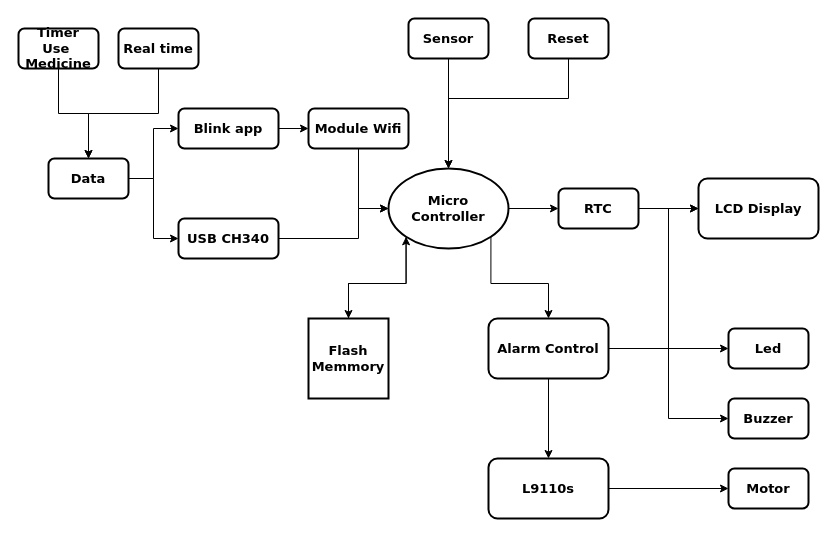
Above: HardWare_Diagram.drawio in ducphan2003/demo (draw.io), before the change. Source tidied: cells renumbered, new cells numbered last; positions are measured from the earlier drawing's top-left corner, leaving out a move shared by most shapes. Both pictures are drawn from the tidied source at 100%, with x=0, y=0 at pixel (18, 18).
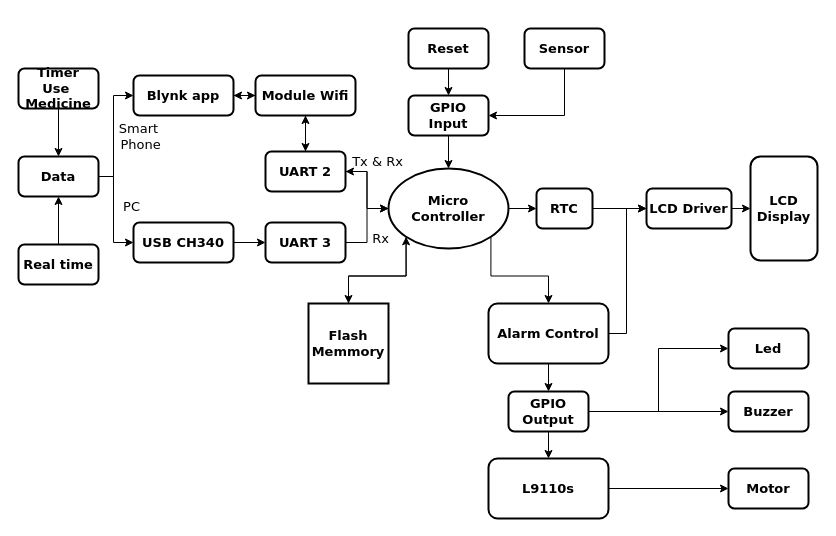
The same page after the edit.

The change refers to these unchanged cells:
```xml
<mxCell id="6" value="Micro&lt;br style=&quot;font-size: 13px;&quot;&gt;Controller" style="ellipse;whiteSpace=wrap;html=1;strokeWidth=2;fontFamily=Verdana;fontSize=13;fontStyle=1;" parent="1" vertex="1">
  <mxGeometry x="370" y="150" width="120" height="80" as="geometry" />
</mxCell>
<mxCell id="31" value="Led" style="rounded=1;whiteSpace=wrap;html=1;strokeWidth=2;fontFamily=Verdana;fontSize=13;fontStyle=1;" parent="1" vertex="1">
  <mxGeometry x="710" y="310" width="80" height="40" as="geometry" />
</mxCell>
<mxCell id="34" value="L9110s" style="rounded=1;whiteSpace=wrap;html=1;strokeWidth=2;fontFamily=Verdana;fontSize=13;fontStyle=1;" parent="1" vertex="1">
  <mxGeometry x="470" y="440" width="120" height="60" as="geometry" />
</mxCell>
```

Change to the diagram source:
```diff
@@
+    <mxCell id="39" style="edgeStyle=orthogonalEdgeStyle;rounded=0;jettySize=auto;html=1;exitX=0;exitY=0.5;exitDx=0;exitDy=0;fontFamily=Verdana;fontSize=13;" parent="1" edge="1" source="6" target="52">
+      <mxGeometry relative="1" as="geometry" />
+    </mxCell>
@@
     <mxCell id="8" value="Timer Use&amp;nbsp;&lt;br&gt;Medicine" style="rounded=1;whiteSpace=wrap;html=1;strokeWidth=2;fontFamily=Verdana;fontSize=13;fontStyle=1;" parent="1" vertex="1">
-      <mxGeometry y="10" width="80" height="40" as="geometry" />
+      <mxGeometry y="50" width="80" height="40" as="geometry" />
     </mxCell>
@@
-    <mxCell id="10" value="Blink app" style="rounded=1;whiteSpace=wrap;html=1;strokeWidth=2;fontFamily=Verdana;fontSize=13;fontStyle=1;" parent="1" vertex="1">
-      <mxGeometry x="160" y="90" width="100" height="40" as="geometry" />
+    <mxCell id="10" value="Blynk app" style="rounded=1;whiteSpace=wrap;html=1;strokeWidth=2;fontFamily=Verdana;fontSize=13;fontStyle=1;" parent="1" vertex="1">
+      <mxGeometry x="115" y="57" width="100" height="40" as="geometry" />
     </mxCell>
-    <mxCell id="11" style="edgeStyle=orthogonalEdgeStyle;rounded=0;jettySize=auto;html=1;exitX=0.5;exitY=1;exitDx=0;exitDy=0;entryX=0.5;entryY=0;entryDx=0;entryDy=0;fontFamily=Verdana;fontSize=13;" parent="1" edge="1" source="12" target="38">
+    <mxCell id="11" style="edgeStyle=orthogonalEdgeStyle;rounded=0;jettySize=auto;html=1;exitX=0.5;exitY=0;exitDx=0;exitDy=0;fontFamily=Verdana;fontSize=13;" parent="1" edge="1" source="12" target="38">
       <mxGeometry relative="1" as="geometry" />
     </mxCell>
     <mxCell id="12" value="Real time" style="rounded=1;whiteSpace=wrap;html=1;strokeWidth=2;fontFamily=Verdana;fontSize=13;fontStyle=1;" parent="1" vertex="1">
-      <mxGeometry x="100" y="10" width="80" height="40" as="geometry" />
+      <mxGeometry y="226" width="80" height="40" as="geometry" />
     </mxCell>
-    <mxCell id="13" style="edgeStyle=orthogonalEdgeStyle;rounded=0;jettySize=auto;html=1;exitX=1;exitY=0.5;exitDx=0;exitDy=0;fontFamily=Verdana;fontSize=13;" parent="1" edge="1" source="14" target="6">
-      <mxGeometry relative="1" as="geometry">
-        <Array as="points">
-          <mxPoint x="340" y="220" />
-          <mxPoint x="340" y="190" />
-        </Array>
-      </mxGeometry>
-    </mxCell>
+    <mxCell id="40" style="edgeStyle=orthogonalEdgeStyle;rounded=0;jettySize=auto;html=1;entryX=0;entryY=0.5;entryDx=0;entryDy=0;fontFamily=Verdana;fontSize=13;" parent="1" edge="1" source="14" target="54">
+      <mxGeometry relative="1" as="geometry" />
+    </mxCell>
     <mxCell id="14" value="USB CH340" style="rounded=1;whiteSpace=wrap;html=1;strokeWidth=2;fontFamily=Verdana;fontSize=13;fontStyle=1;" parent="1" vertex="1">
-      <mxGeometry x="160" y="200" width="100" height="40" as="geometry" />
+      <mxGeometry x="115" y="204" width="100" height="40" as="geometry" />
     </mxCell>
-    <mxCell id="15" style="edgeStyle=orthogonalEdgeStyle;rounded=0;jettySize=auto;html=1;exitX=0.5;exitY=1;exitDx=0;exitDy=0;entryX=0;entryY=0.5;entryDx=0;entryDy=0;fontFamily=Verdana;fontSize=13;" parent="1" edge="1" source="16" target="6">
-      <mxGeometry relative="1" as="geometry" />
-    </mxCell>
+    <mxCell id="41" style="edgeStyle=orthogonalEdgeStyle;rounded=0;jettySize=auto;html=1;exitX=0.5;exitY=1;exitDx=0;exitDy=0;entryX=0.5;entryY=0;entryDx=0;entryDy=0;fontFamily=Verdana;fontSize=13;" parent="1" edge="1" source="16" target="52">
+      <mxGeometry relative="1" as="geometry" />
+    </mxCell>
+    <mxCell id="42" style="edgeStyle=orthogonalEdgeStyle;rounded=0;jettySize=auto;html=1;exitX=0;exitY=0.5;exitDx=0;exitDy=0;entryX=1;entryY=0.5;entryDx=0;entryDy=0;fontFamily=Verdana;fontSize=13;" parent="1" edge="1" source="16" target="10">
+      <mxGeometry relative="1" as="geometry" />
+    </mxCell>
     <mxCell id="16" value="Module Wifi" style="rounded=1;whiteSpace=wrap;html=1;strokeWidth=2;fontFamily=Verdana;fontSize=13;fontStyle=1;" parent="1" vertex="1">
-      <mxGeometry x="290" y="90" width="100" height="40" as="geometry" />
+      <mxGeometry x="237" y="57" width="100" height="40" as="geometry" />
     </mxCell>
-    <mxCell id="17" style="edgeStyle=orthogonalEdgeStyle;rounded=0;jettySize=auto;html=1;exitX=0.5;exitY=1;exitDx=0;exitDy=0;entryX=0.5;entryY=0;entryDx=0;entryDy=0;fontFamily=Verdana;fontSize=13;" parent="1" edge="1" source="18" target="6">
-      <mxGeometry relative="1" as="geometry" />
-    </mxCell>
+    <mxCell id="43" style="edgeStyle=orthogonalEdgeStyle;rounded=0;jettySize=auto;html=1;exitX=0.5;exitY=1;exitDx=0;exitDy=0;entryX=0.5;entryY=0;entryDx=0;entryDy=0;fontFamily=Verdana;fontSize=13;" parent="1" edge="1" source="18" target="56">
+      <mxGeometry relative="1" as="geometry" />
+    </mxCell>
-    <mxCell id="18" value="Sensor" style="rounded=1;whiteSpace=wrap;html=1;strokeWidth=2;fontFamily=Verdana;fontSize=13;fontStyle=1;" parent="1" vertex="1">
-      <mxGeometry x="390" width="80" height="40" as="geometry" />
+    <mxCell id="18" value="Reset" style="rounded=1;whiteSpace=wrap;html=1;strokeWidth=2;fontFamily=Verdana;fontSize=13;fontStyle=1;" parent="1" vertex="1">
+      <mxGeometry x="390" y="10" width="80" height="40" as="geometry" />
     </mxCell>
-    <mxCell id="19" style="edgeStyle=orthogonalEdgeStyle;rounded=0;jettySize=auto;html=1;exitX=0.5;exitY=1;exitDx=0;exitDy=0;fontFamily=Verdana;fontSize=13;" parent="1" edge="1" source="20">
-      <mxGeometry relative="1" as="geometry">
-        <mxPoint x="430" y="150" as="targetPoint" />
-        <Array as="points">
-          <mxPoint x="550" y="80" />
-          <mxPoint x="430" y="80" />
-        </Array>
-      </mxGeometry>
-    </mxCell>
+    <mxCell id="44" style="edgeStyle=orthogonalEdgeStyle;rounded=0;jettySize=auto;html=1;exitX=0.5;exitY=1;exitDx=0;exitDy=0;entryX=1;entryY=0.5;entryDx=0;entryDy=0;fontFamily=Verdana;fontSize=13;" parent="1" edge="1" source="20" target="56">
+      <mxGeometry relative="1" as="geometry" />
+    </mxCell>
-    <mxCell id="20" value="Reset" style="rounded=1;whiteSpace=wrap;html=1;strokeWidth=2;fontFamily=Verdana;fontSize=13;fontStyle=1;" parent="1" vertex="1">
-      <mxGeometry x="510" width="80" height="40" as="geometry" />
+    <mxCell id="20" value="Sensor" style="rounded=1;whiteSpace=wrap;html=1;strokeWidth=2;fontFamily=Verdana;fontSize=13;fontStyle=1;" parent="1" vertex="1">
+      <mxGeometry x="506" y="10" width="80" height="40" as="geometry" />
     </mxCell>
@@
     <mxCell id="22" value="Flash Memmory" style="whiteSpace=wrap;html=1;strokeWidth=2;fontFamily=Verdana;fontSize=13;fontStyle=1;" parent="1" vertex="1">
-      <mxGeometry x="290" y="300" width="80" height="80" as="geometry" />
+      <mxGeometry x="290" y="285" width="80" height="80" as="geometry" />
     </mxCell>
-    <mxCell id="23" style="edgeStyle=orthogonalEdgeStyle;rounded=0;jettySize=auto;html=1;exitX=1;exitY=0.5;exitDx=0;exitDy=0;fontFamily=Verdana;fontSize=13;" parent="1" edge="1" source="27" target="31">
-      <mxGeometry relative="1" as="geometry" />
-    </mxCell>
-    <mxCell id="24" style="edgeStyle=orthogonalEdgeStyle;rounded=0;jettySize=auto;html=1;entryX=0;entryY=0.5;entryDx=0;entryDy=0;fontFamily=Verdana;fontSize=13;" parent="1" edge="1" source="27" target="32">
-      <mxGeometry relative="1" as="geometry" />
-    </mxCell>
-    <mxCell id="25" style="edgeStyle=orthogonalEdgeStyle;rounded=0;jettySize=auto;html=1;exitX=0.5;exitY=1;exitDx=0;exitDy=0;entryX=0.5;entryY=0;entryDx=0;entryDy=0;fontFamily=Verdana;fontSize=13;" parent="1" edge="1" source="27" target="34">
-      <mxGeometry relative="1" as="geometry" />
-    </mxCell>
-    <mxCell id="26" style="edgeStyle=orthogonalEdgeStyle;rounded=0;jettySize=auto;html=1;exitX=1;exitY=0.5;exitDx=0;exitDy=0;entryX=0;entryY=0.5;entryDx=0;entryDy=0;fontFamily=Verdana;fontSize=13;" parent="1" edge="1" source="27" target="30">
-      <mxGeometry relative="1" as="geometry">
-        <Array as="points">
-          <mxPoint x="650" y="330" />
-          <mxPoint x="650" y="190" />
-        </Array>
-      </mxGeometry>
-    </mxCell>
+    <mxCell id="45" style="edgeStyle=orthogonalEdgeStyle;rounded=0;jettySize=auto;html=1;exitX=0.5;exitY=1;exitDx=0;exitDy=0;fontFamily=Verdana;fontSize=13;" parent="1" edge="1" source="27" target="60">
+      <mxGeometry relative="1" as="geometry" />
+    </mxCell>
+    <mxCell id="46" style="edgeStyle=orthogonalEdgeStyle;rounded=0;jettySize=auto;html=1;exitX=1;exitY=0.5;exitDx=0;exitDy=0;entryX=0;entryY=0.5;entryDx=0;entryDy=0;fontFamily=Verdana;fontSize=13;" parent="1" edge="1" source="27" target="49">
+      <mxGeometry relative="1" as="geometry">
+        <Array as="points">
+          <mxPoint x="608" y="315" />
+          <mxPoint x="608" y="190" />
+        </Array>
+      </mxGeometry>
+    </mxCell>
     <mxCell id="27" value="Alarm Control" style="rounded=1;whiteSpace=wrap;html=1;strokeWidth=2;fontFamily=Verdana;fontSize=13;fontStyle=1;" parent="1" vertex="1">
-      <mxGeometry x="470" y="300" width="120" height="60" as="geometry" />
+      <mxGeometry x="470" y="285" width="120" height="60" as="geometry" />
     </mxCell>
-    <mxCell id="28" style="edgeStyle=orthogonalEdgeStyle;rounded=0;jettySize=auto;html=1;exitX=1;exitY=0.5;exitDx=0;exitDy=0;entryX=0;entryY=0.5;entryDx=0;entryDy=0;fontFamily=Verdana;fontSize=13;" parent="1" edge="1" source="29" target="30">
-      <mxGeometry relative="1" as="geometry" />
-    </mxCell>
+    <mxCell id="47" style="edgeStyle=orthogonalEdgeStyle;rounded=0;jettySize=auto;html=1;exitX=1;exitY=0.5;exitDx=0;exitDy=0;fontFamily=Verdana;fontSize=13;" parent="1" edge="1" source="29" target="49">
+      <mxGeometry relative="1" as="geometry" />
+    </mxCell>
     <mxCell id="29" value="RTC" style="rounded=1;whiteSpace=wrap;html=1;strokeWidth=2;fontFamily=Verdana;fontSize=13;fontStyle=1;" parent="1" vertex="1">
-      <mxGeometry x="540" y="170" width="80" height="40" as="geometry" />
+      <mxGeometry x="518" y="170" width="56" height="40" as="geometry" />
     </mxCell>
     <mxCell id="30" value="LCD Display" style="rounded=1;whiteSpace=wrap;html=1;strokeWidth=2;fontFamily=Verdana;fontSize=13;fontStyle=1;" parent="1" vertex="1">
-      <mxGeometry x="680" y="160" width="120" height="60" as="geometry" />
+      <mxGeometry x="732" y="138" width="67" height="104" as="geometry" />
     </mxCell>
@@
     <mxCell id="32" value="Buzzer" style="rounded=1;whiteSpace=wrap;html=1;strokeWidth=2;fontFamily=Verdana;fontSize=13;fontStyle=1;" parent="1" vertex="1">
-      <mxGeometry x="710" y="380" width="80" height="40" as="geometry" />
+      <mxGeometry x="710" y="373" width="80" height="40" as="geometry" />
     </mxCell>
@@
     <mxCell id="36" style="edgeStyle=orthogonalEdgeStyle;rounded=0;jettySize=auto;html=1;exitX=1;exitY=0.5;exitDx=0;exitDy=0;entryX=0;entryY=0.5;entryDx=0;entryDy=0;fontFamily=Verdana;fontSize=13;" parent="1" edge="1" source="38" target="10">
-      <mxGeometry relative="1" as="geometry" />
+      <mxGeometry relative="1" as="geometry">
+        <Array as="points">
+          <mxPoint x="95" y="158" />
+          <mxPoint x="95" y="77" />
+        </Array>
+      </mxGeometry>
     </mxCell>
     <mxCell id="37" style="edgeStyle=orthogonalEdgeStyle;rounded=0;jettySize=auto;html=1;exitX=1;exitY=0.5;exitDx=0;exitDy=0;entryX=0;entryY=0.5;entryDx=0;entryDy=0;fontFamily=Verdana;fontSize=13;" parent="1" edge="1" source="38" target="14">
-      <mxGeometry relative="1" as="geometry" />
+      <mxGeometry relative="1" as="geometry">
+        <Array as="points">
+          <mxPoint x="95" y="158" />
+          <mxPoint x="95" y="224" />
+        </Array>
+      </mxGeometry>
     </mxCell>
     <mxCell id="38" value="Data" style="rounded=1;whiteSpace=wrap;html=1;strokeWidth=2;fontFamily=Verdana;fontSize=13;fontStyle=1;" parent="1" vertex="1">
-      <mxGeometry x="30" y="140" width="80" height="40" as="geometry" />
+      <mxGeometry y="138" width="80" height="40" as="geometry" />
     </mxCell>
+    <mxCell id="48" style="edgeStyle=orthogonalEdgeStyle;rounded=0;jettySize=auto;html=1;exitX=1;exitY=0.5;exitDx=0;exitDy=0;entryX=0;entryY=0.5;entryDx=0;entryDy=0;fontFamily=Verdana;fontSize=13;" parent="1" edge="1" source="49" target="30">
+      <mxGeometry relative="1" as="geometry" />
+    </mxCell>
+    <mxCell id="49" value="LCD Driver" style="rounded=1;whiteSpace=wrap;html=1;strokeWidth=2;fontFamily=Verdana;fontSize=13;fontStyle=1;" parent="1" vertex="1">
+      <mxGeometry x="628" y="170" width="85" height="40" as="geometry" />
+    </mxCell>
+    <mxCell id="50" style="edgeStyle=orthogonalEdgeStyle;rounded=0;jettySize=auto;html=1;exitX=1;exitY=0.5;exitDx=0;exitDy=0;entryX=0;entryY=0.5;entryDx=0;entryDy=0;fontFamily=Verdana;fontSize=13;" parent="1" edge="1" source="52" target="6">
+      <mxGeometry relative="1" as="geometry" />
+    </mxCell>
+    <mxCell id="51" style="edgeStyle=orthogonalEdgeStyle;rounded=0;jettySize=auto;html=1;exitX=0.5;exitY=0;exitDx=0;exitDy=0;entryX=0.5;entryY=1;entryDx=0;entryDy=0;fontFamily=Verdana;fontSize=13;" parent="1" edge="1" source="52" target="16">
+      <mxGeometry relative="1" as="geometry" />
+    </mxCell>
+    <mxCell id="52" value="UART 2" style="rounded=1;whiteSpace=wrap;html=1;strokeWidth=2;fontFamily=Verdana;fontSize=13;fontStyle=1;" parent="1" vertex="1">
+      <mxGeometry x="247" y="133" width="80" height="40" as="geometry" />
+    </mxCell>
+    <mxCell id="53" style="edgeStyle=orthogonalEdgeStyle;rounded=0;jettySize=auto;html=1;exitX=1;exitY=0.5;exitDx=0;exitDy=0;entryX=0;entryY=0.5;entryDx=0;entryDy=0;fontFamily=Verdana;fontSize=13;" parent="1" edge="1" source="54" target="6">
+      <mxGeometry relative="1" as="geometry" />
+    </mxCell>
+    <mxCell id="54" value="UART 3" style="rounded=1;whiteSpace=wrap;html=1;strokeWidth=2;fontFamily=Verdana;fontSize=13;fontStyle=1;" parent="1" vertex="1">
+      <mxGeometry x="247" y="204" width="80" height="40" as="geometry" />
+    </mxCell>
+    <mxCell id="55" style="edgeStyle=orthogonalEdgeStyle;rounded=0;jettySize=auto;html=1;exitX=0.5;exitY=1;exitDx=0;exitDy=0;fontFamily=Verdana;fontSize=13;" parent="1" edge="1" source="56" target="6">
+      <mxGeometry relative="1" as="geometry" />
+    </mxCell>
+    <mxCell id="56" value="GPIO Input" style="rounded=1;whiteSpace=wrap;html=1;strokeWidth=2;fontFamily=Verdana;fontSize=13;fontStyle=1;" parent="1" vertex="1">
+      <mxGeometry x="390" y="77" width="80" height="40" as="geometry" />
+    </mxCell>
+    <mxCell id="57" style="edgeStyle=orthogonalEdgeStyle;rounded=0;jettySize=auto;html=1;exitX=0.5;exitY=1;exitDx=0;exitDy=0;entryX=0.5;entryY=0;entryDx=0;entryDy=0;fontFamily=Verdana;fontSize=13;" parent="1" edge="1" source="60" target="34">
+      <mxGeometry relative="1" as="geometry" />
+    </mxCell>
+    <mxCell id="58" style="edgeStyle=orthogonalEdgeStyle;rounded=0;jettySize=auto;html=1;exitX=1;exitY=0.5;exitDx=0;exitDy=0;entryX=0;entryY=0.5;entryDx=0;entryDy=0;fontFamily=Verdana;fontSize=13;" parent="1" edge="1" source="60" target="31">
+      <mxGeometry relative="1" as="geometry" />
+    </mxCell>
+    <mxCell id="59" style="edgeStyle=orthogonalEdgeStyle;rounded=0;jettySize=auto;html=1;entryX=0;entryY=0.5;entryDx=0;entryDy=0;fontFamily=Verdana;fontSize=13;" parent="1" edge="1" source="60" target="32">
+      <mxGeometry relative="1" as="geometry" />
+    </mxCell>
+    <mxCell id="60" value="GPIO Output" style="rounded=1;whiteSpace=wrap;html=1;strokeWidth=2;fontFamily=Verdana;fontSize=13;fontStyle=1;" parent="1" vertex="1">
+      <mxGeometry x="490" y="373" width="80" height="40" as="geometry" />
+    </mxCell>
+    <mxCell id="61" value="Tx &amp;amp; Rx" style="text;html=1;align=center;verticalAlign=middle;strokeColor=none;fontSize=13;fontFamily=Verdana;" parent="1" vertex="1">
+      <mxGeometry x="328" y="133" width="61" height="20" as="geometry" />
+    </mxCell>
+    <mxCell id="62" value="Rx" style="text;html=1;align=center;verticalAlign=middle;strokeColor=none;fontSize=13;fontFamily=Verdana;" parent="1" vertex="1">
+      <mxGeometry x="348" y="210" width="27" height="20" as="geometry" />
+    </mxCell>
+    <mxCell id="63" value="Smart&lt;br&gt;&amp;nbsp;Phone" style="text;html=1;align=center;verticalAlign=middle;strokeColor=none;fontSize=13;fontFamily=Verdana;" parent="1" vertex="1">
+      <mxGeometry x="92" y="100" width="55" height="36" as="geometry" />
+    </mxCell>
+    <mxCell id="64" value="PC" style="text;html=1;align=center;verticalAlign=middle;strokeColor=none;fontSize=13;fontFamily=Verdana;" parent="1" vertex="1">
+      <mxGeometry x="99" y="178" width="27" height="20" as="geometry" />
+    </mxCell>
```
